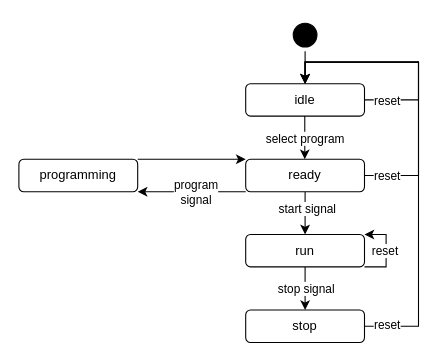
Earlier version of the draw.io diagram docs/diagrams/sneak100_core_fsm.drawio (Eryk-Mozdzen/minisumo-sneak100). Source tidied: cells renumbered, new cells numbered last; positions are measured from the earlier drawing's top-left corner, leaving out a move shared by most shapes. Both pictures are drawn from the tidied source at 108%, with x=0, y=0 at pixel (18, 18).
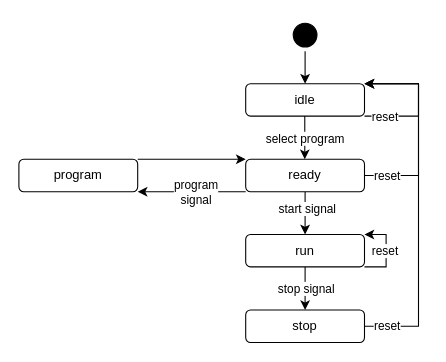
The same diagram, later.

Unchanged cells that the change refers to:
```xml
<mxCell id="6" value="idle" style="rounded=1;whiteSpace=wrap;html=1;" parent="1" vertex="1">
  <mxGeometry x="210" y="60" width="110" height="30" as="geometry" />
</mxCell>
<mxCell id="16" value="stop" style="rounded=1;whiteSpace=wrap;html=1;" parent="1" vertex="1">
  <mxGeometry x="210" y="269.6" width="110" height="30" as="geometry" />
</mxCell>
<mxCell id="23" value="ready" style="rounded=1;whiteSpace=wrap;html=1;" parent="1" vertex="1">
  <mxGeometry x="210" y="130" width="110" height="30" as="geometry" />
</mxCell>
```

The edit, as a diff of the source:
```diff
@@
-    <mxCell id="14" style="edgeStyle=orthogonalEdgeStyle;rounded=0;jettySize=auto;html=1;entryX=0.5;entryY=0;entryDx=0;entryDy=0;strokeColor=#000000;exitX=1;exitY=0.5;exitDx=0;exitDy=0;" parent="1" edge="1" source="16" target="6">
+    <mxCell id="14" style="edgeStyle=orthogonalEdgeStyle;rounded=0;jettySize=auto;html=1;entryX=1;entryY=0;entryDx=0;entryDy=0;strokeColor=#000000;exitX=1;exitY=0.5;exitDx=0;exitDy=0;" parent="1" edge="1" source="16" target="6">
       <mxGeometry relative="1" as="geometry">
         <Array as="points">
           <mxPoint x="370" y="285" />
-          <mxPoint x="370" y="40" />
-          <mxPoint x="265" y="40" />
+          <mxPoint x="370" y="60" />
         </Array>
       </mxGeometry>
     </mxCell>
     <mxCell id="15" value="&lt;div&gt;reset&lt;/div&gt;" style="edgeLabel;html=1;align=center;verticalAlign=middle;" parent="14" vertex="1">
       <mxGeometry x="-0.32" y="-1" relative="1" as="geometry">
-        <mxPoint x="-31" y="92" as="offset" />
+        <mxPoint x="-31" y="60" as="offset" />
       </mxGeometry>
     </mxCell>
@@
-    <mxCell id="17" style="edgeStyle=orthogonalEdgeStyle;rounded=0;jettySize=auto;html=1;strokeColor=#000000;entryX=0.5;entryY=0;entryDx=0;entryDy=0;" parent="1" edge="1" target="6">
+    <mxCell id="17" style="edgeStyle=orthogonalEdgeStyle;rounded=0;orthogonalLoop=1;jettySize=auto;html=1;strokeColor=#000000;entryX=1;entryY=0;entryDx=0;entryDy=0;exitX=1;exitY=1;exitDx=0;exitDy=0;" parent="1" edge="1" source="6" target="6">
       <mxGeometry relative="1" as="geometry">
-        <mxPoint x="320" y="75" as="sourcePoint" />
         <Array as="points">
-          <mxPoint x="320" y="75" />
-          <mxPoint x="370" y="75" />
-          <mxPoint x="370" y="40" />
-          <mxPoint x="265" y="40" />
+          <mxPoint x="370" y="90" />
+          <mxPoint x="370" y="60" />
         </Array>
       </mxGeometry>
     </mxCell>
     <mxCell id="18" value="reset" style="edgeLabel;html=1;align=center;verticalAlign=middle;" parent="17" vertex="1">
       <mxGeometry x="-0.3" y="2" relative="1" as="geometry">
-        <mxPoint x="-28" y="24" as="offset" />
+        <mxPoint x="-28" y="2" as="offset" />
       </mxGeometry>
     </mxCell>
-    <mxCell id="19" style="edgeStyle=orthogonalEdgeStyle;rounded=0;jettySize=auto;html=1;entryX=0.5;entryY=0;entryDx=0;entryDy=0;strokeColor=#000000;exitX=1;exitY=0.5;exitDx=0;exitDy=0;" parent="1" edge="1" source="23" target="6">
+    <mxCell id="19" style="edgeStyle=orthogonalEdgeStyle;rounded=0;jettySize=auto;html=1;entryX=1;entryY=0;entryDx=0;entryDy=0;strokeColor=#000000;exitX=1;exitY=0.5;exitDx=0;exitDy=0;" parent="1" edge="1" source="23" target="6">
       <mxGeometry relative="1" as="geometry">
         <Array as="points">
           <mxPoint x="370" y="145" />
-          <mxPoint x="370" y="40" />
-          <mxPoint x="265" y="40" />
+          <mxPoint x="370" y="60" />
         </Array>
       </mxGeometry>
     </mxCell>
     <mxCell id="20" value="reset" style="edgeLabel;html=1;align=center;verticalAlign=middle;" parent="19" vertex="1">
       <mxGeometry x="-0.78" y="-2" relative="1" as="geometry">
-        <mxPoint x="-11" y="-2" as="offset" />
+        <mxPoint y="-2" as="offset" />
       </mxGeometry>
     </mxCell>
@@
-    <mxCell id="25" value="programming" style="rounded=1;whiteSpace=wrap;html=1;strokeColor=#000000;" parent="1" vertex="1">
+    <mxCell id="25" value="program" style="rounded=1;whiteSpace=wrap;html=1;strokeColor=#000000;" parent="1" vertex="1">
       <mxGeometry y="130" width="110" height="30" as="geometry" />
     </mxCell>
```
